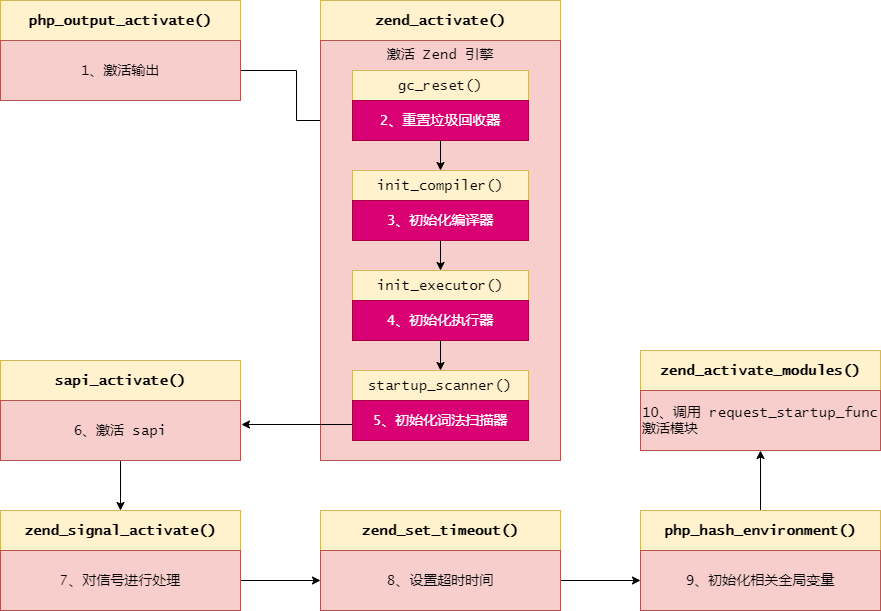
Before: PHP架构.png, a diagram exported from draw.io (350258655/image). Source tidied: cells renumbered, new cells last; positions are measured from the earlier drawing's top-left corner, leaving out a move shared by most shapes.
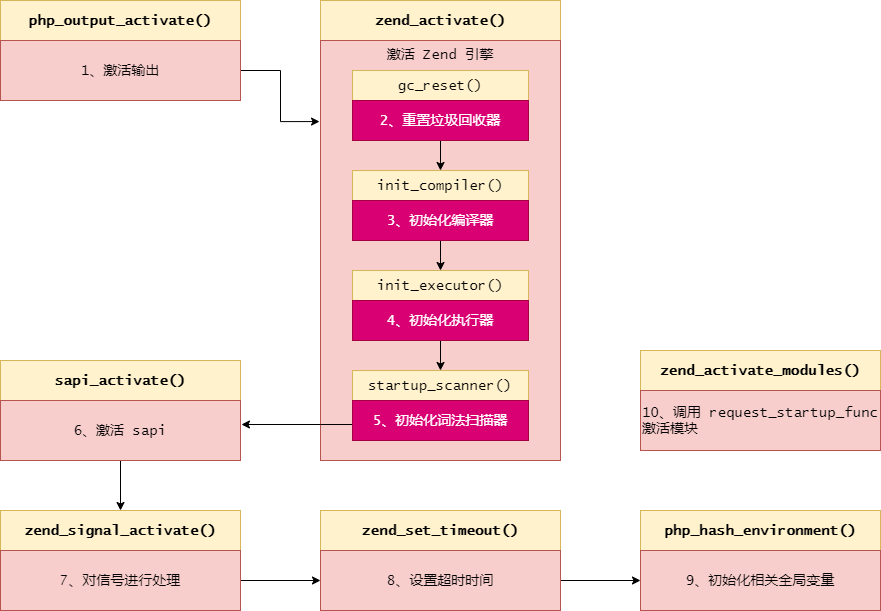
Later version of the same file.

The edit, as a diff of the source:
```diff
@@ -5,7 +5,7 @@
     <mxCell id="2" value="&lt;b&gt;php_output_activate()&lt;/b&gt;" style="rounded=0;whiteSpace=wrap;html=1;fontFamily=Lucida Console;fontSize=14;fillColor=#fff2cc;strokeColor=#d6b656;" parent="1" vertex="1">
       <mxGeometry width="240" height="40" as="geometry" />
     </mxCell>
-    <mxCell id="3" style="edgeStyle=orthogonalEdgeStyle;rounded=0;jettySize=auto;html=1;fontFamily=Lucida Console;fontSize=14;" parent="1" edge="1" source="4" target="9">
+    <mxCell id="3" style="edgeStyle=orthogonalEdgeStyle;rounded=0;jettySize=auto;html=1;fontFamily=Lucida Console;fontSize=14;entryX=-0.004;entryY=0.193;entryDx=0;entryDy=0;entryPerimeter=0;" parent="1" edge="1" source="4" target="6">
       <mxGeometry relative="1" as="geometry" />
     </mxCell>
     <mxCell id="4" value="&lt;div style=&quot;text-align: left&quot;&gt;&lt;span&gt;1、激活输出&lt;/span&gt;&lt;/div&gt;" style="rounded=0;whiteSpace=wrap;html=1;fontFamily=Lucida Console;fontSize=14;fillColor=#f8cecc;strokeColor=#b85450;" parent="1" vertex="1">
@@ -87,9 +87,6 @@
     <mxCell id="27" value="&lt;div style=&quot;text-align: left&quot;&gt;&lt;span&gt;8、设置超时时间&lt;/span&gt;&lt;/div&gt;" style="rounded=0;whiteSpace=wrap;html=1;fontFamily=Lucida Console;fontSize=14;fillColor=#f8cecc;strokeColor=#b85450;" parent="1" vertex="1">
       <mxGeometry x="320" y="550" width="240" height="60" as="geometry" />
     </mxCell>
-    <mxCell id="28" style="edgeStyle=orthogonalEdgeStyle;rounded=0;jettySize=auto;html=1;fontFamily=Lucida Console;fontSize=14;" parent="1" edge="1" source="29" target="32">
-      <mxGeometry relative="1" as="geometry" />
-    </mxCell>
     <mxCell id="29" value="&lt;b&gt;php_hash_environment()&lt;/b&gt;" style="rounded=0;whiteSpace=wrap;html=1;fontFamily=Lucida Console;fontSize=14;fillColor=#fff2cc;strokeColor=#d6b656;" parent="1" vertex="1">
       <mxGeometry x="640" y="510" width="240" height="40" as="geometry" />
     </mxCell>
```
